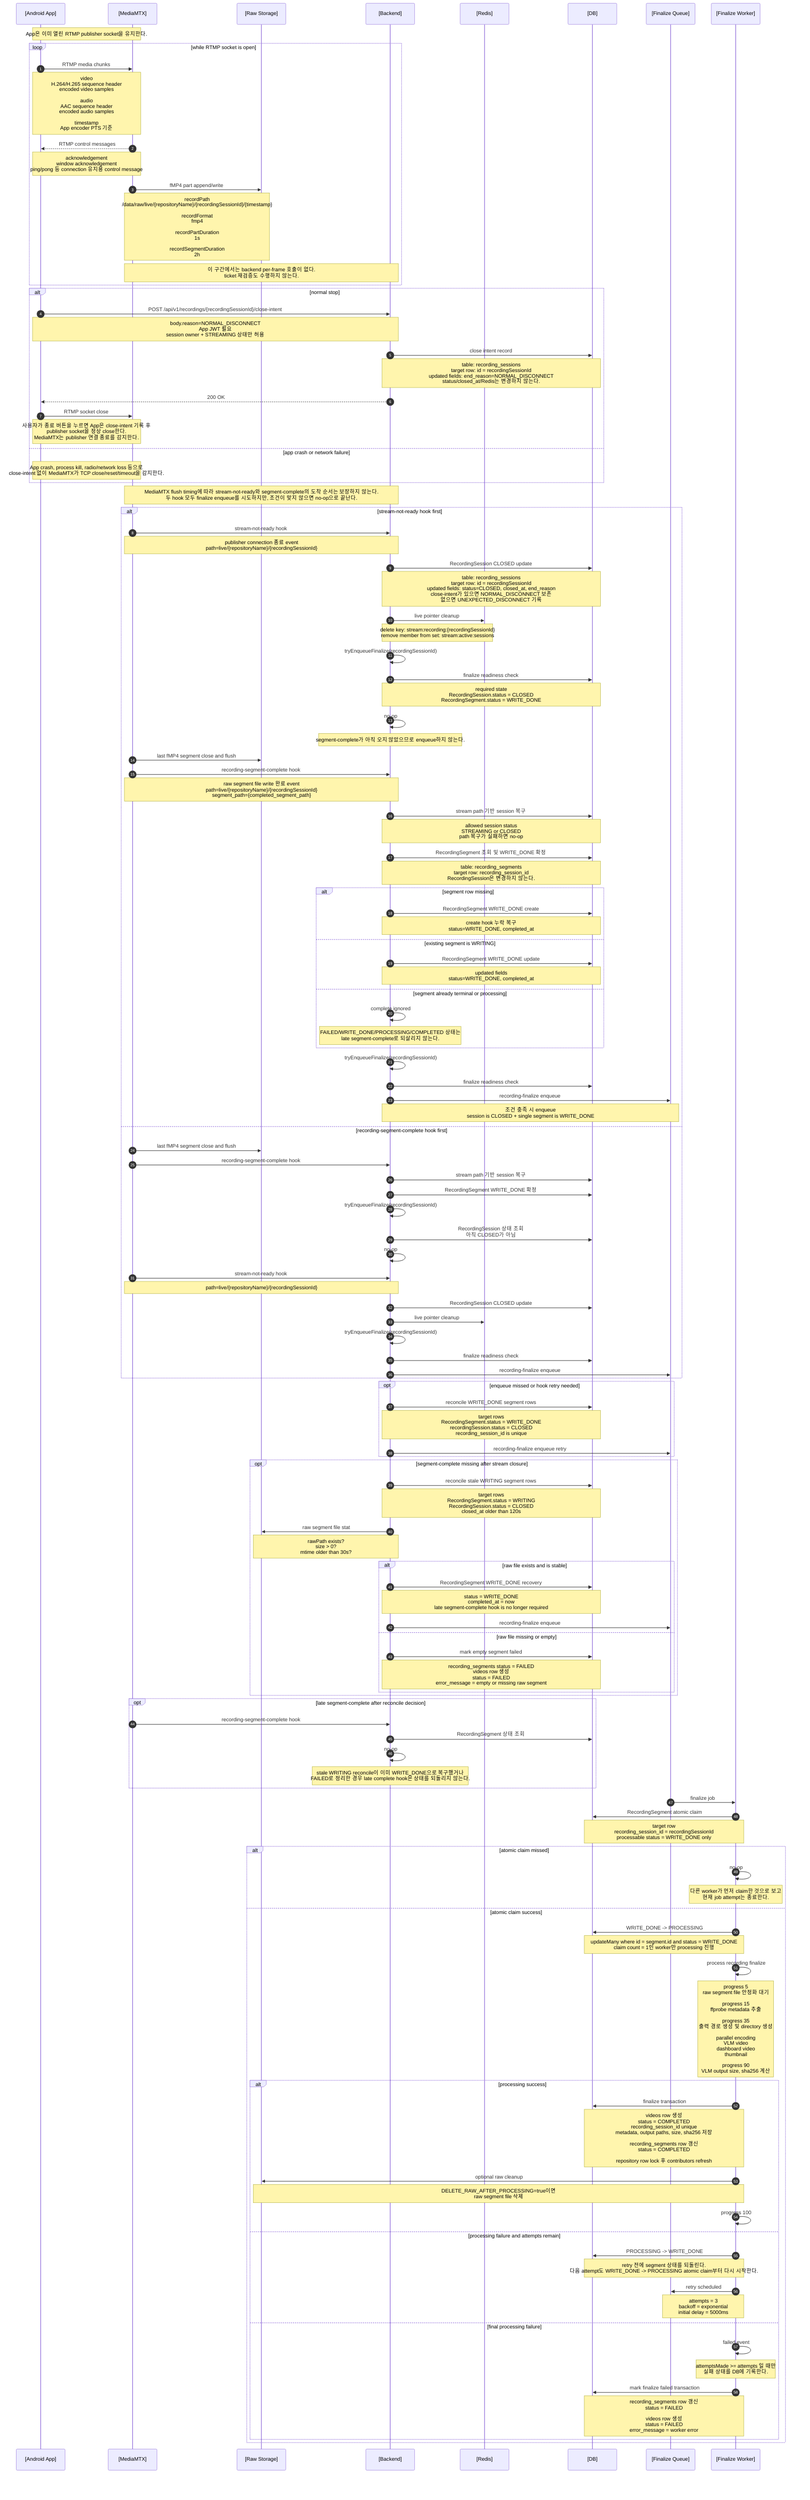
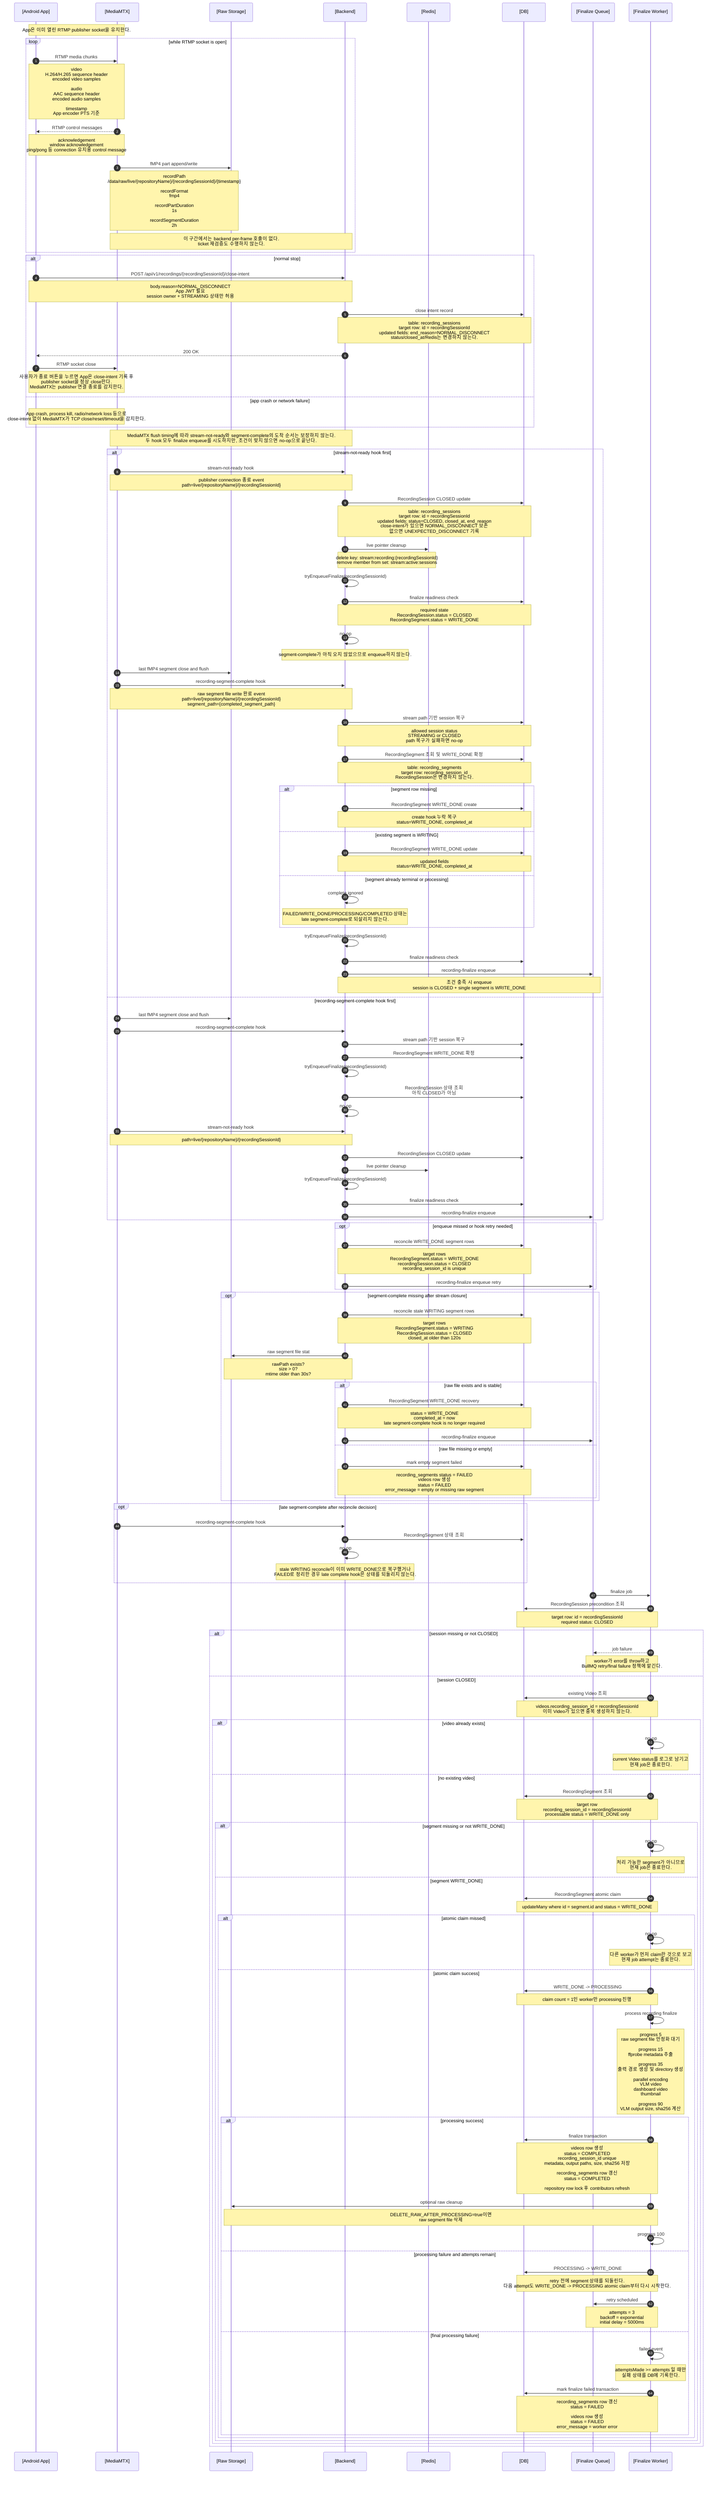
sequenceDiagram
  autonumber
  participant App as [Android App]
  participant MTX as [MediaMTX]
  participant Storage as [Raw Storage]
  participant Backend as [Backend]
  participant Redis as [Redis]
  participant DB as [DB]
  participant Queue as [Finalize Queue]
  participant Worker as [Finalize Worker]

  Note over App,MTX: App은 이미 열린 RTMP publisher socket을 유지한다.

  loop while RTMP socket is open
    App->>MTX: RTMP media chunks
    Note over App,MTX: video<br/>H.264/H.265 sequence header<br/>encoded video samples<br/><br/>audio<br/>AAC sequence header<br/>encoded audio samples<br/><br/>timestamp<br/>App encoder PTS 기준

    MTX-->>App: RTMP control messages
    Note over MTX,App: acknowledgement<br/>window acknowledgement<br/>ping/pong 등 connection 유지용 control message

    MTX->>Storage: fMP4 part append/write
    Note over MTX,Storage: recordPath<br/>/data/raw/live/{repositoryName}/{recordingSessionId}/{timestamp}<br/><br/>recordFormat<br/>fmp4<br/><br/>recordPartDuration<br/>1s<br/><br/>recordSegmentDuration<br/>2h

    Note over MTX,Backend: 이 구간에서는 backend per-frame 호출이 없다.<br/>ticket 재검증도 수행하지 않는다.
  end

  alt normal stop
    App->>Backend: POST /api/v1/recordings/{recordingSessionId}/close-intent
    Note over App,Backend: body.reason=NORMAL_DISCONNECT<br/>App JWT 필요<br/>session owner + STREAMING 상태만 허용
    Backend->>DB: close intent record
    Note over Backend,DB: table: recording_sessions<br/>target row: id = recordingSessionId<br/>updated fields: end_reason=NORMAL_DISCONNECT<br/>status/closed_at/Redis는 변경하지 않는다.
    Backend-->>App: 200 OK

    App->>MTX: RTMP socket close
    Note over App,MTX: 사용자가 종료 버튼을 누르면 App은 close-intent 기록 후<br/>publisher socket을 정상 close한다.<br/>MediaMTX는 publisher 연결 종료를 감지한다.
  else app crash or network failure
    Note over App,MTX: App crash, process kill, radio/network loss 등으로<br/>close-intent 없이 MediaMTX가 TCP close/reset/timeout을 감지한다.
  end

  Note over MTX,Backend: MediaMTX flush timing에 따라 stream-not-ready와 segment-complete의 도착 순서는 보장하지 않는다.<br/>두 hook 모두 finalize enqueue를 시도하지만, 조건이 맞지 않으면 no-op으로 끝난다.

  alt stream-not-ready hook first
    MTX->>Backend: stream-not-ready hook
    Note over MTX,Backend: publisher connection 종료 event<br/>path=live/{repositoryName}/{recordingSessionId}

    Backend->>DB: RecordingSession CLOSED update
    Note over Backend,DB: table: recording_sessions<br/>target row: id = recordingSessionId<br/>updated fields: status=CLOSED, closed_at, end_reason<br/>close-intent가 있으면 NORMAL_DISCONNECT 보존<br/>없으면 UNEXPECTED_DISCONNECT 기록

    Backend->>Redis: live pointer cleanup
    Note over Backend,Redis: delete key: stream:recording:{recordingSessionId}<br/>remove member from set: stream:active:sessions

    Backend->>Backend: tryEnqueueFinalize(recordingSessionId)
    Backend->>DB: finalize readiness check
    Note over Backend,DB: required state<br/>RecordingSession.status = CLOSED<br/>RecordingSegment.status = WRITE_DONE

    Backend->>Backend: no-op
    Note over Backend: segment-complete가 아직 오지 않았으므로 enqueue하지 않는다.

    MTX->>Storage: last fMP4 segment close and flush
    MTX->>Backend: recording-segment-complete hook
    Note over MTX,Backend: raw segment file write 완료 event<br/>path=live/{repositoryName}/{recordingSessionId}<br/>segment_path={completed_segment_path}
    Backend->>DB: stream path 기반 session 복구
    Note over Backend,DB: allowed session status<br/>STREAMING or CLOSED<br/>path 복구가 실패하면 no-op

    Backend->>DB: RecordingSegment 조회 및 WRITE_DONE 확정
    Note over Backend,DB: table: recording_segments<br/>target row: recording_session_id<br/>RecordingSession은 변경하지 않는다.
    alt segment row missing
      Backend->>DB: RecordingSegment WRITE_DONE create
      Note over Backend,DB: create hook 누락 복구<br/>status=WRITE_DONE, completed_at
    else existing segment is WRITING
      Backend->>DB: RecordingSegment WRITE_DONE update
      Note over Backend,DB: updated fields<br/>status=WRITE_DONE, completed_at
    else segment already terminal or processing
      Backend->>Backend: complete ignored
      Note over Backend: FAILED/WRITE_DONE/PROCESSING/COMPLETED 상태는<br/>late segment-complete로 되살리지 않는다.
    end

    Backend->>Backend: tryEnqueueFinalize(recordingSessionId)
    Backend->>DB: finalize readiness check
    Backend->>Queue: recording-finalize enqueue
    Note over Backend,Queue: 조건 충족 시 enqueue<br/>session is CLOSED + single segment is WRITE_DONE

  else recording-segment-complete hook first
    MTX->>Storage: last fMP4 segment close and flush
    MTX->>Backend: recording-segment-complete hook
    Backend->>DB: stream path 기반 session 복구
    Backend->>DB: RecordingSegment WRITE_DONE 확정
    Backend->>Backend: tryEnqueueFinalize(recordingSessionId)
    Backend->>DB: RecordingSession 상태 조회<br/>아직 CLOSED가 아님
    Backend->>Backend: no-op

    MTX->>Backend: stream-not-ready hook
    Note over MTX,Backend: path=live/{repositoryName}/{recordingSessionId}
    Backend->>DB: RecordingSession CLOSED update
    Backend->>Redis: live pointer cleanup
    Backend->>Backend: tryEnqueueFinalize(recordingSessionId)
    Backend->>DB: finalize readiness check
    Backend->>Queue: recording-finalize enqueue
  end

  opt enqueue missed or hook retry needed
    Backend->>DB: reconcile WRITE_DONE segment rows
    Note over Backend,DB: target rows<br/>RecordingSegment.status = WRITE_DONE<br/>recordingSession.status = CLOSED<br/>recording_session_id is unique
    Backend->>Queue: recording-finalize enqueue retry
  end

  opt segment-complete missing after stream closure
    Backend->>DB: reconcile stale WRITING segment rows
    Note over Backend,DB: target rows<br/>RecordingSegment.status = WRITING<br/>RecordingSession.status = CLOSED<br/>closed_at older than 120s
    Backend->>Storage: raw segment file stat
    Note over Backend,Storage: rawPath exists?<br/>size > 0?<br/>mtime older than 30s?

    alt raw file exists and is stable
      Backend->>DB: RecordingSegment WRITE_DONE recovery
      Note over Backend,DB: status = WRITE_DONE<br/>completed_at = now<br/>late segment-complete hook is no longer required
      Backend->>Queue: recording-finalize enqueue
    else raw file missing or empty
      Backend->>DB: mark empty segment failed
      Note over Backend,DB: recording_segments status = FAILED<br/>videos row 생성<br/>status = FAILED<br/>error_message = empty or missing raw segment
    end
  end

  opt late segment-complete after reconcile decision
    MTX->>Backend: recording-segment-complete hook
    Backend->>DB: RecordingSegment 상태 조회
    Backend->>Backend: no-op
    Note over Backend: stale WRITING reconcile이 이미 WRITE_DONE으로 복구했거나<br/>FAILED로 정리한 경우 late complete hook은 상태를 되돌리지 않는다.
  end

  Queue->>Worker: finalize job
-   Worker->>DB: RecordingSegment atomic claim
-   Note over Worker,DB: target row<br/>recording_session_id = recordingSessionId<br/>processable status = WRITE_DONE only
- 
-   alt atomic claim missed
-     Worker->>Worker: no-op
-     Note over Worker: 다른 worker가 먼저 claim한 것으로 보고<br/>현재 job attempt는 종료한다.
-   else atomic claim success
-     Worker->>DB: WRITE_DONE -> PROCESSING
-     Note over Worker,DB: updateMany where id = segment.id and status = WRITE_DONE<br/>claim count = 1인 worker만 processing 진행
- 
-     Worker->>Worker: process recording finalize
-     Note over Worker: progress 5<br/>raw segment file 안정화 대기<br/><br/>progress 15<br/>ffprobe metadata 추출<br/><br/>progress 35<br/>출력 경로 생성 및 directory 생성<br/><br/>parallel encoding<br/>VLM video<br/>dashboard video<br/>thumbnail<br/><br/>progress 90<br/>VLM output size, sha256 계산
- 
-     alt processing success
-       Worker->>DB: finalize transaction
-       Note over Worker,DB: videos row 생성<br/>status = COMPLETED<br/>recording_session_id unique<br/>metadata, output paths, size, sha256 저장<br/><br/>recording_segments row 갱신<br/>status = COMPLETED<br/><br/>repository row lock 후 contributors refresh
-       Worker->>Storage: optional raw cleanup
-       Note over Worker,Storage: DELETE_RAW_AFTER_PROCESSING=true이면<br/>raw segment file 삭제
-       Worker->>Worker: progress 100
-     else processing failure and attempts remain
-       Worker->>DB: PROCESSING -> WRITE_DONE
-       Note over Worker,DB: retry 전에 segment 상태를 되돌린다.<br/>다음 attempt도 WRITE_DONE -> PROCESSING atomic claim부터 다시 시작한다.
-       Worker->>Queue: retry scheduled
-       Note over Worker,Queue: attempts = 3<br/>backoff = exponential<br/>initial delay = 5000ms
-     else final processing failure
-       Worker->>Worker: failed event
-       Note over Worker: attemptsMade >= attempts 일 때만<br/>실패 상태를 DB에 기록한다.
-       Worker->>DB: mark finalize failed transaction
-       Note over Worker,DB: recording_segments row 갱신<br/>status = FAILED<br/><br/>videos row 생성<br/>status = FAILED<br/>error_message = worker error
+   Worker->>DB: RecordingSession precondition 조회
+   Note over Worker,DB: target row: id = recordingSessionId<br/>required status: CLOSED
+ 
+   alt session missing or not CLOSED
+     Worker-->>Queue: job failure
+     Note over Worker,Queue: worker가 error를 throw하고<br/>BullMQ retry/final failure 정책에 맡긴다.
+   else session CLOSED
+     Worker->>DB: existing Video 조회
+     Note over Worker,DB: videos.recording_session_id = recordingSessionId<br/>이미 Video가 있으면 중복 생성하지 않는다.
+ 
+     alt video already exists
+       Worker->>Worker: no-op
+       Note over Worker: current Video status를 로그로 남기고<br/>현재 job은 종료한다.
+     else no existing video
+       Worker->>DB: RecordingSegment 조회
+       Note over Worker,DB: target row<br/>recording_session_id = recordingSessionId<br/>processable status = WRITE_DONE only
+ 
+       alt segment missing or not WRITE_DONE
+         Worker->>Worker: no-op
+         Note over Worker: 처리 가능한 segment가 아니므로<br/>현재 job은 종료한다.
+       else segment WRITE_DONE
+         Worker->>DB: RecordingSegment atomic claim
+         Note over Worker,DB: updateMany where id = segment.id and status = WRITE_DONE
+ 
+         alt atomic claim missed
+           Worker->>Worker: no-op
+           Note over Worker: 다른 worker가 먼저 claim한 것으로 보고<br/>현재 job attempt는 종료한다.
+         else atomic claim success
+           Worker->>DB: WRITE_DONE -> PROCESSING
+           Note over Worker,DB: claim count = 1인 worker만 processing 진행
+ 
+           Worker->>Worker: process recording finalize
+           Note over Worker: progress 5<br/>raw segment file 안정화 대기<br/><br/>progress 15<br/>ffprobe metadata 추출<br/><br/>progress 35<br/>출력 경로 생성 및 directory 생성<br/><br/>parallel encoding<br/>VLM video<br/>dashboard video<br/>thumbnail<br/><br/>progress 90<br/>VLM output size, sha256 계산
+ 
+           alt processing success
+             Worker->>DB: finalize transaction
+             Note over Worker,DB: videos row 생성<br/>status = COMPLETED<br/>recording_session_id unique<br/>metadata, output paths, size, sha256 저장<br/><br/>recording_segments row 갱신<br/>status = COMPLETED<br/><br/>repository row lock 후 contributors refresh
+             Worker->>Storage: optional raw cleanup
+             Note over Worker,Storage: DELETE_RAW_AFTER_PROCESSING=true이면<br/>raw segment file 삭제
+             Worker->>Worker: progress 100
+           else processing failure and attempts remain
+             Worker->>DB: PROCESSING -> WRITE_DONE
+             Note over Worker,DB: retry 전에 segment 상태를 되돌린다.<br/>다음 attempt도 WRITE_DONE -> PROCESSING atomic claim부터 다시 시작한다.
+             Worker->>Queue: retry scheduled
+             Note over Worker,Queue: attempts = 3<br/>backoff = exponential<br/>initial delay = 5000ms
+           else final processing failure
+             Worker->>Worker: failed event
+             Note over Worker: attemptsMade >= attempts 일 때만<br/>실패 상태를 DB에 기록한다.
+             Worker->>DB: mark finalize failed transaction
+             Note over Worker,DB: recording_segments row 갱신<br/>status = FAILED<br/><br/>videos row 생성<br/>status = FAILED<br/>error_message = worker error
+           end
+         end
+       end
    end
  end

%% 참고:
%% 이 문서는 live cache 저장 이후 실제 RTMP media 전송,
%% publisher socket 종료, stream-not-ready/segment-complete hook, finalize enqueue까지 다룬다.
%% App 변경 필요:
%% App의 stop 버튼은 legacy Stop API를 호출하지 않는다.
%% App의 stop 버튼은 RTMP publisher connection을 바로 닫기 전에
%% POST /api/v1/recordings/{recordingSessionId}/close-intent 를 호출해야 한다.
%% close-intent body는 { "reason": "NORMAL_DISCONNECT" } 만 보낸다.
%% close-intent 200 OK 이후 RTMP publisher connection을 정상 close한다.
%% close-intent 호출 실패 또는 app crash/network failure로 close-intent가 누락되면
%% backend는 stream-not-ready/reconcile 시 UNEXPECTED_DISCONNECT로 기록한다.
%% stream-not-ready hook payload만으로 정상 close와 crash/reset/timeout을 정확히 구분하지 않는다.
%% close-intent가 먼저 도착한 경우 stream-not-ready는 NORMAL_DISCONNECT를 보존한다.
%% close-intent 없이 stream-not-ready가 도착하거나 MediaMTX active path missing을 reconcile이 감지하면 UNEXPECTED_DISCONNECT로 기록한다.
%% 현재 구조에서는 App이 단일 recording session을 짧게 유지하는 전제이므로
%% 정상 흐름의 segment rollover는 별도로 다루지 않는다.
%% finalize job 중복 enqueue는 jobId=finalize-{recordingSessionId}로 dedupe된다.
%% retry 가능한 worker 실패에서는 PROCESSING을 WRITE_DONE으로 되돌린 뒤 BullMQ retry에 맡긴다.
%% recording-finalize queue option: attempts=3, exponential backoff delay=5000ms, removeOnComplete=1000, removeOnFail=2000.
%% pain point: worker process crash, OOM, host kill처럼 catch/failed handler가 실행되지 않는 장애에서는 PROCESSING -> WRITE_DONE reset이 누락될 수 있다.
%% 현재 단계에서는 stale PROCESSING 복구를 구현하지 않는다. 필요해지면 reconcile 또는 processing lease 기반 복구를 추가해야 한다.
